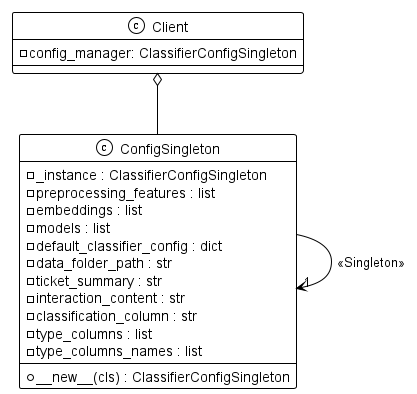
Above: out/uml/singelton_pattern/singelton_pattern.png in chrnas/email-classifier (PlantUML), before the change. The source it was exported from:
```plantuml
@startuml
!theme mono

class ConfigSingleton {
    - _instance : ClassifierConfigSingleton
    - preprocessing_features : list
    - embeddings : list
    - models : list
    - default_classifier_config : dict
    - data_folder_path : str
    - ticket_summary : str
    - interaction_content : str
    - classification_column : str
    - type_columns : list
    - type_columns_names : list

    + __new__(cls) : ClassifierConfigSingleton
}


class Client {
    - config_manager: ClassifierConfigSingleton
}

Client o-- ConfigSingleton
ConfigSingleton  --> "1" ConfigSingleton  : <<Singleton>>

@enduml
```
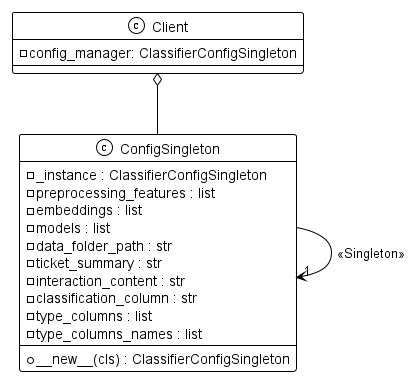
Later version of the same file.

Diff of the diagram source:
```diff
@@ -6,7 +6,6 @@
     - preprocessing_features : list
     - embeddings : list
     - models : list
-    - default_classifier_config : dict
     - data_folder_path : str
     - ticket_summary : str
     - interaction_content : str
```
